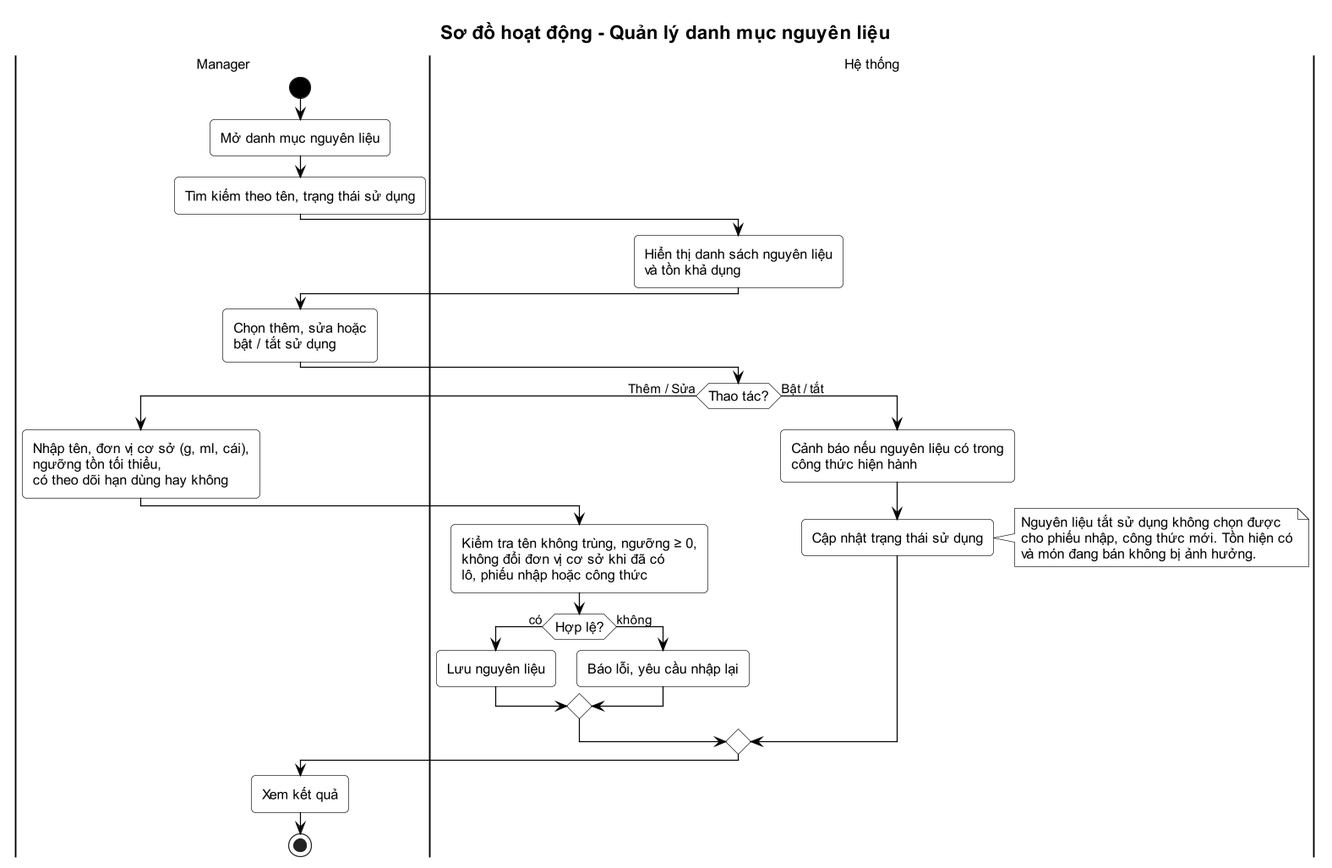
This is docs/04-quan-ly-kho/activity-1-danh-muc.png from Anpham120/restaurant-management-system, a PlantUML export, as it was before one commit. The source it was exported from:
```plantuml
@startuml
!include ../_style.puml
title Sơ đồ hoạt động - Quản lý danh mục nguyên liệu

|Manager|
start
:Mở danh mục nguyên liệu;
:Tìm kiếm theo tên, trạng thái sử dụng;
|Hệ thống|
:Hiển thị danh sách nguyên liệu\nvà tồn khả dụng;
|Manager|
:Chọn thêm, sửa hoặc\nbật / tắt sử dụng;
|Hệ thống|
if (Thao tác?) then (Thêm / Sửa)
  |Manager|
  :Nhập tên, đơn vị cơ sở (g, ml, cái),\nngưỡng tồn tối thiểu,\ncó theo dõi hạn dùng hay không;
  |Hệ thống|
  :Kiểm tra tên không trùng, ngưỡng ≥ 0,\nkhông đổi đơn vị cơ sở khi đã có\nlô, phiếu nhập hoặc công thức;
  if (Hợp lệ?) then (có)
    :Lưu nguyên liệu;
  else (không)
    :Báo lỗi, yêu cầu nhập lại;
  endif
else (Bật / tắt)
  :Cảnh báo nếu nguyên liệu có trong\ncông thức hiện hành;
  :Cập nhật trạng thái sử dụng;
  note right
    Nguyên liệu tắt sử dụng không chọn được
    cho phiếu nhập, công thức mới. Tồn hiện có
    và món đang bán không bị ảnh hưởng.
  end note
endif
|Manager|
:Xem kết quả;
stop
@enduml
```
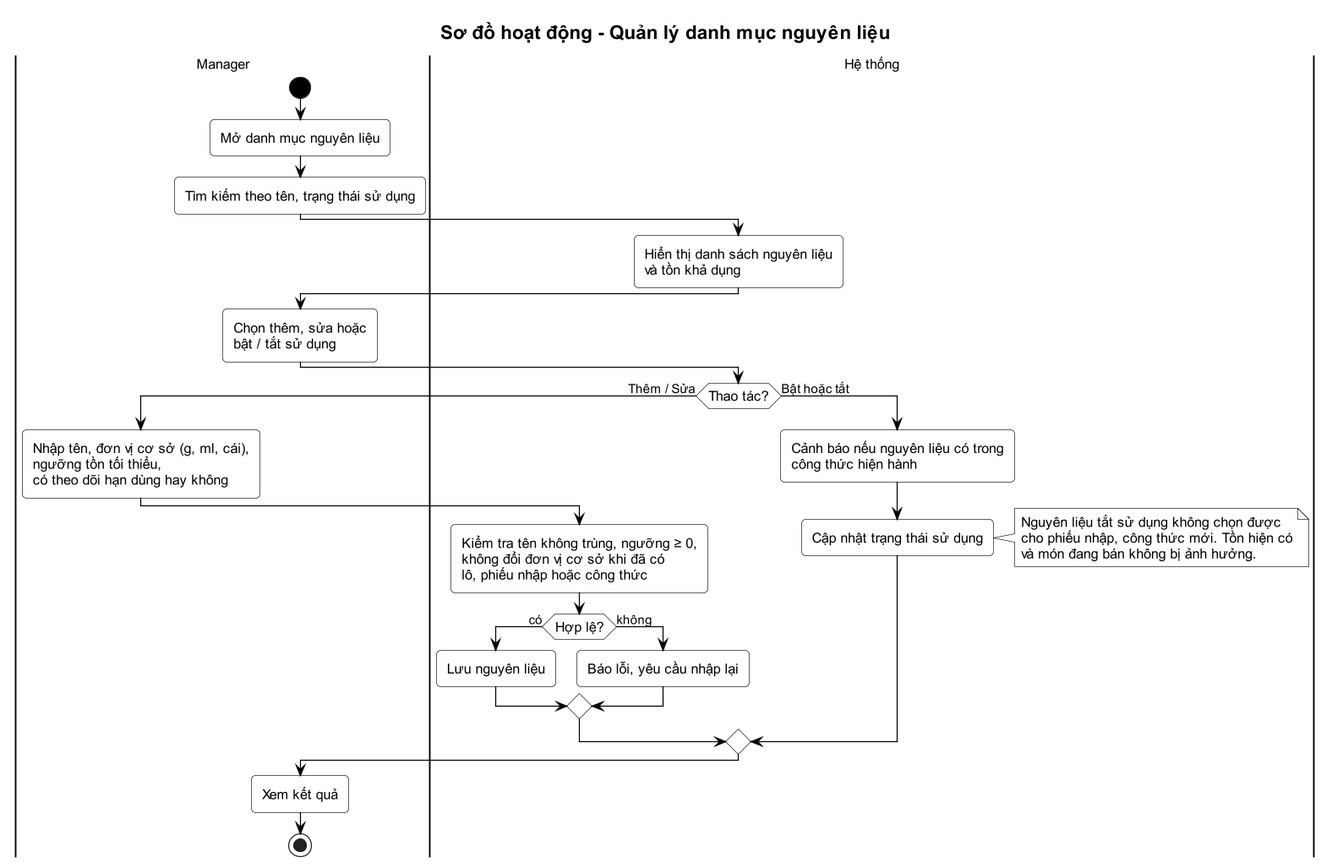
After the commit.

The edit, as a diff of the source:
```diff
@@ -21,7 +21,7 @@
   else (không)
     :Báo lỗi, yêu cầu nhập lại;
   endif
-else (Bật / tắt)
+else (Bật hoặc tắt)
   :Cảnh báo nếu nguyên liệu có trong\ncông thức hiện hành;
   :Cập nhật trạng thái sử dụng;
   note right
```
